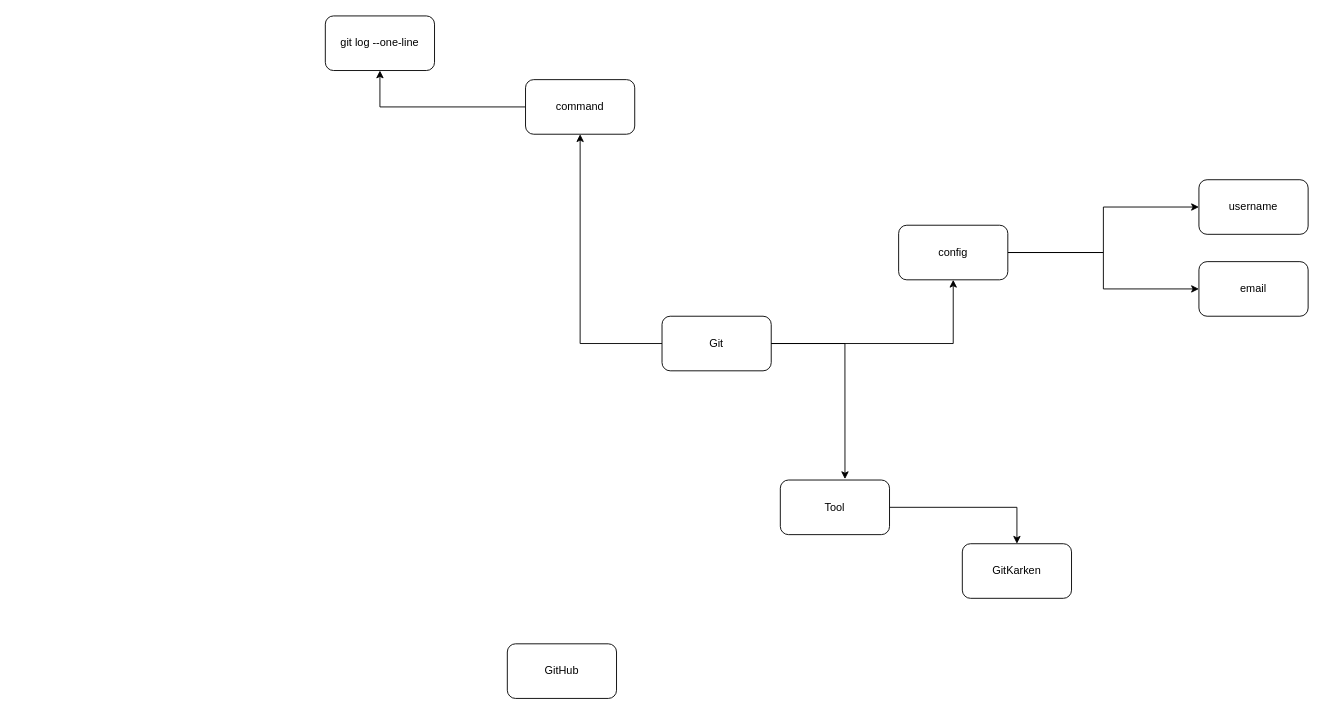
The draw.io diagram master_git.drawio in Mini-Pingu/7950x_git, before the edit. Source tidied: cells renumbered, new cells numbered last; positions are measured from the earlier drawing's top-left corner, leaving out a move shared by most shapes. Both pictures are drawn from the tidied source at 91%, with x=0, y=0 at pixel (325, 15).
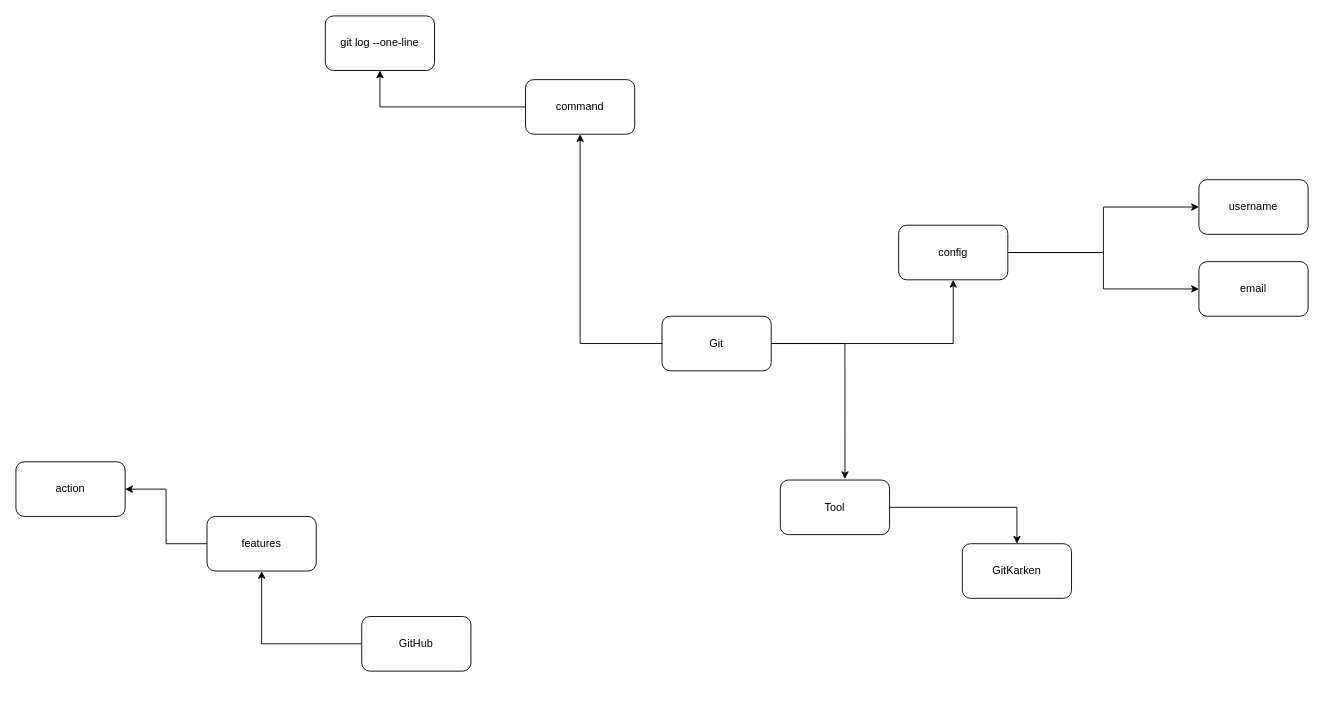
The same page after the edit.

Commit message (it also covers changes not shown here):
更新 github 部分未用功能

Change to the diagram source:
```diff
@@
+    <mxCell id="18" style="edgeStyle=orthogonalEdgeStyle;rounded=0;jettySize=auto;html=1;" parent="1" edge="1" source="5" target="20">
+      <mxGeometry relative="1" as="geometry" />
+    </mxCell>
     <mxCell id="5" value="GitHub" style="rounded=1;whiteSpace=wrap;html=1;" parent="1" vertex="1">
-      <mxGeometry x="200" y="690" width="120" height="60" as="geometry" />
+      <mxGeometry x="40" y="660" width="120" height="60" as="geometry" />
     </mxCell>
@@
+    <mxCell id="19" style="edgeStyle=orthogonalEdgeStyle;rounded=0;jettySize=auto;html=1;" parent="1" edge="1" source="20" target="21">
+      <mxGeometry relative="1" as="geometry" />
+    </mxCell>
+    <mxCell id="20" value="features" style="rounded=1;whiteSpace=wrap;html=1;" parent="1" vertex="1">
+      <mxGeometry x="-130" y="550" width="120" height="60" as="geometry" />
+    </mxCell>
+    <mxCell id="21" value="action" style="rounded=1;whiteSpace=wrap;html=1;" parent="1" vertex="1">
+      <mxGeometry x="-340" y="490" width="120" height="60" as="geometry" />
+    </mxCell>
```
